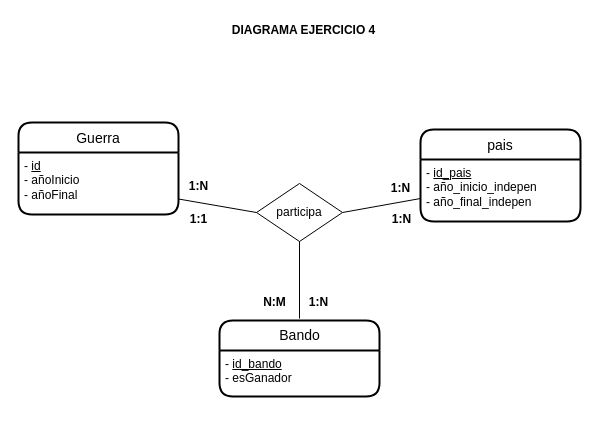
This is ex04.drawio from JuanMarinG/TA12_MYSQL, a draw.io file, before an edit. Source tidied: cells renumbered, new cells numbered last; positions are measured from the earlier drawing's top-left corner, leaving out a move shared by most shapes. Both pictures are drawn from the tidied source at 100%, with x=0, y=0 at pixel (18, 17).
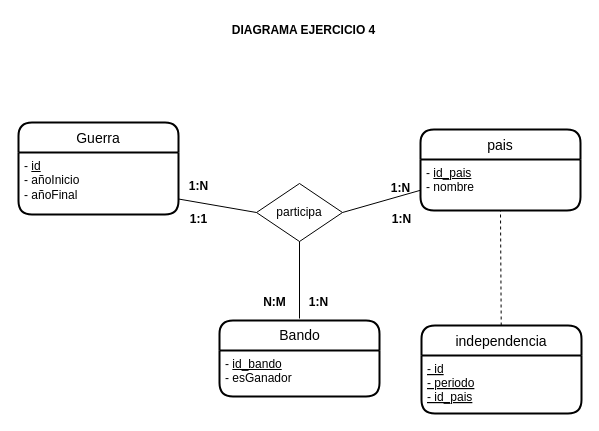
Above is the later version.

Commit message:
entidad debil desde pais

What changed in the source:
```diff
@@
     <mxCell id="4" value="pais" style="swimlane;horizontal=1;startSize=30;rounded=1;fontSize=14;fontStyle=0;strokeWidth=2;shadow=0;dashed=0;align=center;" parent="1" vertex="1">
-      <mxGeometry x="402" y="112" width="160" height="92" as="geometry" />
+      <mxGeometry x="402" y="112" width="160" height="81" as="geometry" />
     </mxCell>
-    <mxCell id="5" value="- &lt;u&gt;id_pais&lt;/u&gt;&lt;br&gt;- año_inicio_indepen&lt;br&gt;- año_final_indepen" style="align=left;strokeColor=none;fillColor=none;spacingLeft=4;fontSize=12;verticalAlign=top;fontStyle=0;html=1;" parent="4" vertex="1">
-      <mxGeometry y="30" width="160" height="62" as="geometry" />
+    <mxCell id="5" value="- &lt;u&gt;id_pais&lt;/u&gt;&lt;br&gt;- nombre" style="align=left;strokeColor=none;fillColor=none;spacingLeft=4;fontSize=12;verticalAlign=top;fontStyle=0;html=1;" parent="4" vertex="1">
+      <mxGeometry y="30" width="160" height="51" as="geometry" />
     </mxCell>
@@
+    <mxCell id="19" style="endArrow=none;dashed=1;html=1;rounded=0;fontSize=18;entryX=0.5;entryY=1;entryDx=0;entryDy=0;" parent="1" edge="1" source="20" target="5">
+      <mxGeometry relative="1" as="geometry" />
+    </mxCell>
+    <mxCell id="20" value="independencia" style="swimlane;horizontal=1;startSize=30;rounded=1;fontSize=14;fontStyle=0;strokeWidth=2;shadow=0;dashed=0;align=center;" parent="1" vertex="1">
+      <mxGeometry x="403" y="308" width="160" height="88" as="geometry" />
+    </mxCell>
+    <mxCell id="21" value="- id&#10;- periodo&#10;- id_pais&#10;&#10;" style="align=left;strokeColor=none;fillColor=none;spacingLeft=4;fontSize=12;verticalAlign=top;fontStyle=4;" parent="20" vertex="1">
+      <mxGeometry y="30" width="160" height="58" as="geometry" />
+    </mxCell>
```
